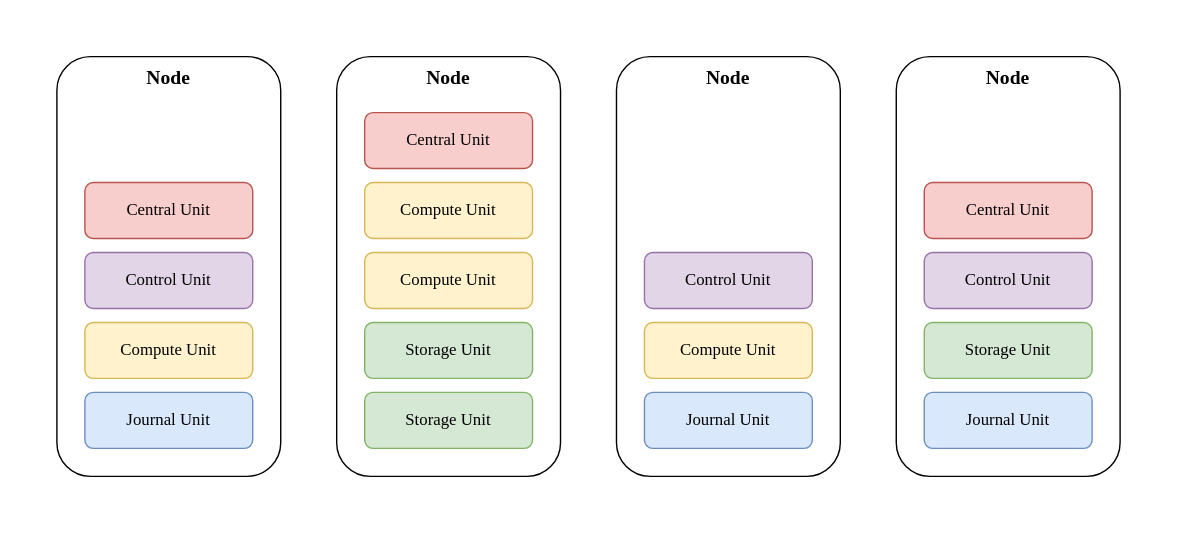
Above: docs/images/2021-08-01-universe-architecture.drawio.svg in engula/engula (draw.io), before the change. Source tidied: cells renumbered, new cells last; positions are measured from the earlier drawing's top-left corner, leaving out a move shared by most shapes.
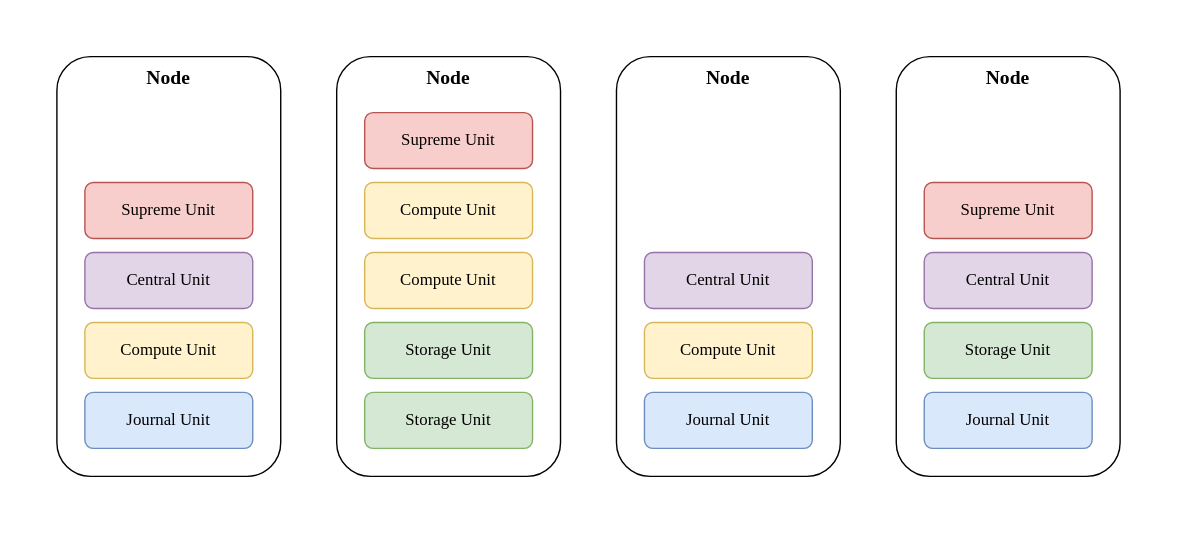
Later version of the same file.

What changed in the source:
```diff
@@ -8,10 +8,10 @@
     <mxCell id="3" value="&lt;font face=&quot;Operator Mono&quot; style=&quot;font-size: 14px&quot;&gt;&lt;b&gt;Node&lt;br&gt;&lt;br&gt;&lt;br&gt;&lt;br&gt;&lt;br&gt;&lt;br&gt;&lt;br&gt;&lt;br&gt;&lt;br&gt;&lt;br&gt;&lt;br&gt;&lt;br&gt;&lt;br&gt;&lt;br&gt;&lt;br&gt;&lt;br&gt;&lt;br&gt;&lt;/b&gt;&lt;/font&gt;" style="rounded=1;whiteSpace=wrap;html=1;" parent="1" vertex="1">
       <mxGeometry x="40" y="40" width="160" height="300" as="geometry" />
     </mxCell>
-    <mxCell id="4" value="&lt;font face=&quot;Operator Mono&quot;&gt;Central Unit&lt;/font&gt;" style="rounded=1;whiteSpace=wrap;html=1;fillColor=#f8cecc;strokeColor=#b85450;" parent="1" vertex="1">
+    <mxCell id="4" value="&lt;font face=&quot;Operator Mono&quot;&gt;Supreme Unit&lt;/font&gt;" style="rounded=1;whiteSpace=wrap;html=1;fillColor=#f8cecc;strokeColor=#b85450;" parent="1" vertex="1">
       <mxGeometry x="60" y="130" width="120" height="40" as="geometry" />
     </mxCell>
-    <mxCell id="5" value="&lt;font face=&quot;Operator Mono&quot;&gt;Control Unit&lt;/font&gt;" style="rounded=1;whiteSpace=wrap;html=1;fillColor=#e1d5e7;strokeColor=#9673a6;" parent="1" vertex="1">
+    <mxCell id="5" value="&lt;font face=&quot;Operator Mono&quot;&gt;Central Unit&lt;/font&gt;" style="rounded=1;whiteSpace=wrap;html=1;fillColor=#e1d5e7;strokeColor=#9673a6;" parent="1" vertex="1">
       <mxGeometry x="60" y="180" width="120" height="40" as="geometry" />
     </mxCell>
     <mxCell id="6" value="&lt;font face=&quot;Operator Mono&quot;&gt;Compute Unit&lt;/font&gt;" style="rounded=1;whiteSpace=wrap;html=1;fillColor=#fff2cc;strokeColor=#d6b656;" parent="1" vertex="1">
@@ -29,13 +29,13 @@
     <mxCell id="10" value="&lt;font face=&quot;Operator Mono&quot; style=&quot;font-size: 14px&quot;&gt;&lt;b&gt;Node&lt;br&gt;&lt;br&gt;&lt;br&gt;&lt;br&gt;&lt;br&gt;&lt;br&gt;&lt;br&gt;&lt;br&gt;&lt;br&gt;&lt;br&gt;&lt;br&gt;&lt;br&gt;&lt;br&gt;&lt;br&gt;&lt;br&gt;&lt;br&gt;&lt;br&gt;&lt;/b&gt;&lt;/font&gt;" style="rounded=1;whiteSpace=wrap;html=1;" parent="1" vertex="1">
       <mxGeometry x="640" y="40" width="160" height="300" as="geometry" />
     </mxCell>
-    <mxCell id="11" value="&lt;font face=&quot;Operator Mono&quot;&gt;Central Unit&lt;/font&gt;" style="rounded=1;whiteSpace=wrap;html=1;fillColor=#f8cecc;strokeColor=#b85450;" parent="1" vertex="1">
+    <mxCell id="11" value="&lt;font face=&quot;Operator Mono&quot;&gt;Supreme Unit&lt;/font&gt;" style="rounded=1;whiteSpace=wrap;html=1;fillColor=#f8cecc;strokeColor=#b85450;" parent="1" vertex="1">
       <mxGeometry x="260" y="80" width="120" height="40" as="geometry" />
     </mxCell>
-    <mxCell id="12" value="&lt;font face=&quot;Operator Mono&quot;&gt;Central Unit&lt;/font&gt;" style="rounded=1;whiteSpace=wrap;html=1;fillColor=#f8cecc;strokeColor=#b85450;" parent="1" vertex="1">
+    <mxCell id="12" value="&lt;font face=&quot;Operator Mono&quot;&gt;Supreme Unit&lt;/font&gt;" style="rounded=1;whiteSpace=wrap;html=1;fillColor=#f8cecc;strokeColor=#b85450;" parent="1" vertex="1">
       <mxGeometry x="660" y="130" width="120" height="40" as="geometry" />
     </mxCell>
-    <mxCell id="13" value="&lt;font face=&quot;Operator Mono&quot;&gt;Control Unit&lt;/font&gt;" style="rounded=1;whiteSpace=wrap;html=1;fillColor=#e1d5e7;strokeColor=#9673a6;" parent="1" vertex="1">
+    <mxCell id="13" value="&lt;font face=&quot;Operator Mono&quot;&gt;Central Unit&lt;/font&gt;" style="rounded=1;whiteSpace=wrap;html=1;fillColor=#e1d5e7;strokeColor=#9673a6;" parent="1" vertex="1">
       <mxGeometry x="660" y="180" width="120" height="40" as="geometry" />
     </mxCell>
     <mxCell id="14" value="&lt;font face=&quot;Operator Mono&quot;&gt;Compute Unit&lt;/font&gt;" style="rounded=1;whiteSpace=wrap;html=1;fillColor=#fff2cc;strokeColor=#d6b656;" parent="1" vertex="1">
@@ -59,7 +59,7 @@
     <mxCell id="20" value="&lt;font face=&quot;Operator Mono&quot;&gt;Compute Unit&lt;/font&gt;" style="rounded=1;whiteSpace=wrap;html=1;fillColor=#fff2cc;strokeColor=#d6b656;" parent="1" vertex="1">
       <mxGeometry x="460" y="230" width="120" height="40" as="geometry" />
     </mxCell>
-    <mxCell id="21" value="&lt;font face=&quot;Operator Mono&quot;&gt;Control Unit&lt;/font&gt;" style="rounded=1;whiteSpace=wrap;html=1;fillColor=#e1d5e7;strokeColor=#9673a6;" parent="1" vertex="1">
+    <mxCell id="21" value="&lt;font face=&quot;Operator Mono&quot;&gt;Central Unit&lt;/font&gt;" style="rounded=1;whiteSpace=wrap;html=1;fillColor=#e1d5e7;strokeColor=#9673a6;" parent="1" vertex="1">
       <mxGeometry x="460" y="180" width="120" height="40" as="geometry" />
     </mxCell>
     <mxCell id="22" value="&lt;font face=&quot;Operator Mono&quot;&gt;Compute Unit&lt;/font&gt;" style="rounded=1;whiteSpace=wrap;html=1;fillColor=#fff2cc;strokeColor=#d6b656;" parent="1" vertex="1">
```
